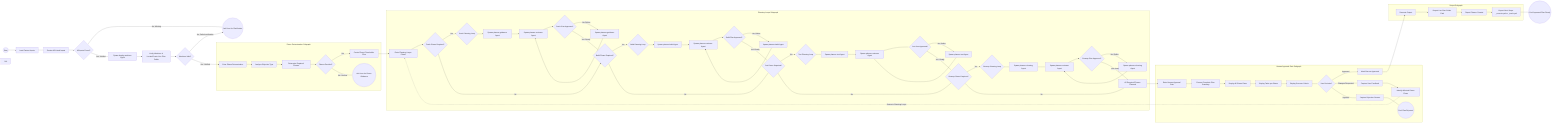
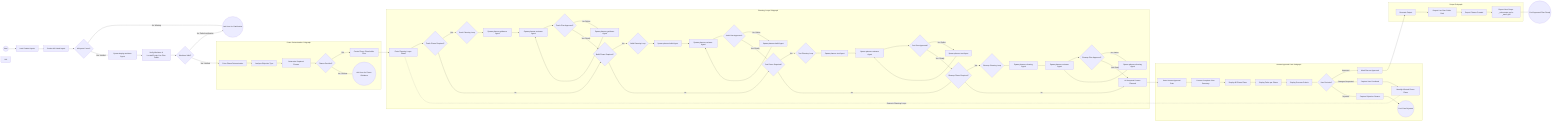
flowchart LR
    %% GOAL: Orchestrate planning agents to create executable plans without execution.
    %% PROFILE: Orchestration-Planning
-     %% OUTPUT: Approved plan folder in docs/plans/live/, ready for _execute.yml or _teach.yml
+     %% OUTPUT: Approved plan folder in docs/plans/live/, ready for _orchestrate.yml or _teach.yml
    %% GUIDELINE: PLANNING ONLY policy - no execution, no exploration loops.
    %% GUIDELINE: User provides all necessary context in their prompt - no discovery phase.
    %% GUIDELINE: assets/definitions/plans.yml - Plan types and folder structure
    %% INPUT_PATH: agents/orchestration/orchestration-planning/inputs.yml

    Start((Start)) --> LoadInputs[Load Context Inputs]

    %% ========================================
    %% INPUT VALIDATION PHASE
    %% ========================================
    %% Verify all required context is provided in the user prompt.
    %% Unlike orchestration-build, NO exploration phase - user supplies context.
    LoadInputs --> ReviewInputs[Review All Listed Inputs]
    ReviewInputs --> CheckInputs{All Inputs Found?}

    %% If inputs are missing, ask user for clarification (no self-healing search)
    CheckInputs -- "No: Missing" --> AskUser((Ask User for Clarification))

    %% Proceed when context is verified
    CheckInputs -- "Yes: Verified" --> SpawnDeployWorktree[Spawn deploy-worktree Agent]

    %% ========================================
    %% WORKTREE & PLAN FOLDER SETUP
    %% ========================================
    %% deploy-worktree agent handles worktree setup and verification
    %% Creates or locates live plan folder (YYMMDDRepo_Branch/)
    SpawnDeployWorktree --> VerifyWorktree[Verify Worktree & Locate/Create Live Plan Folder]
    VerifyWorktree --> WorktreeValid{Worktree Valid?}
    WorktreeValid -- "No: Failed verification" --> AskUser

    %% ========================================
    %% PHASE DETERMINATION
    %% ========================================
    %% Orchestration-planning agent analyzes objective and determines required phases.
    %% Possible phases: teach, build, test, cleanup
    %% Each phase will get its own plan_live_<phase>.yml file
    WorktreeValid -- "Yes: Verified" --> PhaseDetermination[Enter Phase Determination]

    subgraph PhaseDetermination_SG ["Phase Determination Subgraph"]
        %% Orchestration-planning determines phases based on objective type:
        %% - teach: guidance, process, or documentation improvements
        %% - build: code implementation or feature development
        %% - test: test strategy and validation tasks
        %% - cleanup: code cleanup, audit, or removal tasks
        %% Creates placeholder .yml files for each required phase
        PhaseDetermination --> AnalyzeObjective[Analyze Objective Type]
        AnalyzeObjective --> DeterminePhases[Determine Required Phases]
        DeterminePhases --> PhasesDecided{Phases Decided?}

        %% List possible phases: teach, build, test, cleanup
        PhasesDecided -- "Yes" --> CreatePlaceholders[Create Phase Placeholder Files]
        PhasesDecided -- "No: Unclear" --> EscalatePhases((Ask User for Phase Guidance))
    end

    %% ========================================
    %% PLANNING LOOPS PHASE
    %% ========================================
    %% LOOP_DEFINITION: assets/definitions/agent-loops.yml#planner-loop
    %% MAX_ITERATIONS: 5 (per planner-loop definition)
    %% ESCALATION: If max iterations reached without approval, stop and Ask User
    %%
    %% For each required phase, spawn specialized planner + reviewer loop:
    %% - planner-guidance: Teaching/guidance plans
    %% - planner-build: Build/implementation plans
    %% - planner-test: Test strategy plans
    %% - planner-cleaning: Cleanup/audit plans
    CreatePlaceholders --> PlanningLoops[Enter Planning Loops Phase]

    subgraph PlanningLoops_SG ["Planning Loops Subgraph"]
        %% ----------------------------------------
        %% TEACH PLANNING LOOP (if teach phase required)
        %% ----------------------------------------
        PlanningLoops --> CheckTeach{Teach Phase Required?}
        CheckTeach -- "Yes" --> TeachPlanLoop{Teach Planning Loop}

        TeachPlanLoop --> SpawnPlannerTeach[Spawn planner-guidance Agent]
        SpawnPlannerTeach --> SpawnTeachReviewer[Spawn planner-reviewer Agent]
        SpawnTeachReviewer --> TeachPlanApproved{Teach Plan Approved?}

        %% Iterative refinement for teach plan
        TeachPlanApproved -- "No: Refine" --> SpawnPlannerTeachFix[Spawn planner-guidance Agent]
        SpawnPlannerTeachFix --> SpawnTeachReviewer

        TeachPlanApproved -- "Yes: Ready" --> CheckBuild{Build Phase Required?}
        CheckTeach -- "No" --> CheckBuild

        %% ----------------------------------------
        %% BUILD PLANNING LOOP (if build phase required)
        %% ----------------------------------------
        CheckBuild -- "Yes" --> BuildPlanLoop{Build Planning Loop}

        BuildPlanLoop --> SpawnPlannerBuild[Spawn planner-build Agent]
        SpawnPlannerBuild --> SpawnBuildReviewer[Spawn planner-reviewer Agent]
        SpawnBuildReviewer --> BuildPlanApproved{Build Plan Approved?}

        %% Iterative refinement for build plan
        BuildPlanApproved -- "No: Refine" --> SpawnPlannerBuildFix[Spawn planner-build Agent]
        SpawnPlannerBuildFix --> SpawnBuildReviewer

        BuildPlanApproved -- "Yes: Ready" --> CheckTest{Test Phase Required?}
        CheckBuild -- "No" --> CheckTest

        %% ----------------------------------------
        %% TEST PLANNING LOOP (if test phase required)
        %% ----------------------------------------
        CheckTest -- "Yes" --> TestPlanLoop{Test Planning Loop}

        TestPlanLoop --> SpawnPlannerTest[Spawn planner-test Agent]
        SpawnPlannerTest --> SpawnTestReviewer[Spawn planner-reviewer Agent]
        SpawnTestReviewer --> TestPlanApproved{Test Plan Approved?}

        %% Iterative refinement for test plan
        TestPlanApproved -- "No: Refine" --> SpawnPlannerTestFix[Spawn planner-test Agent]
        SpawnPlannerTestFix --> SpawnTestReviewer

        TestPlanApproved -- "Yes: Ready" --> CheckCleanup{Cleanup Phase Required?}
        CheckTest -- "No" --> CheckCleanup

        %% ----------------------------------------
        %% CLEANUP PLANNING LOOP (if cleanup phase required)
        %% ----------------------------------------
        CheckCleanup -- "Yes" --> CleanupPlanLoop{Cleanup Planning Loop}

        CleanupPlanLoop --> SpawnPlannerCleanup[Spawn planner-cleaning Agent]
        SpawnPlannerCleanup --> SpawnCleanupReviewer[Spawn planner-reviewer Agent]
        SpawnCleanupReviewer --> CleanupPlanApproved{Cleanup Plan Approved?}

        %% Iterative refinement for cleanup plan
        CleanupPlanApproved -- "No: Refine" --> SpawnPlannerCleanupFix[Spawn planner-cleaning Agent]
        SpawnPlannerCleanupFix --> SpawnCleanupReviewer

        CleanupPlanApproved -- "Yes: Ready" --> AllPhasesPlanned[All Required Phases Planned]
        CheckCleanup -- "No" --> AllPhasesPlanned
    end

    %% ========================================
    %% HUMAN APPROVAL GATE
    %% ========================================
    %% Present complete plan to user for final approval.
    %% User can: approve, request changes, or reject.
    %% This is the critical gate before plan is marked ready for execution.
    AllPhasesPlanned --> HumanApproval[Enter Human Approval Gate]

    subgraph HumanApproval_SG ["Human Approval Gate Subgraph"]
        HumanApproval --> PresentPlan[Present Complete Plan Summary]
        PresentPlan --> ShowPhases[Display All Phase Plans]
        ShowPhases --> ShowTasks[Display Tasks per Phase]
        ShowTasks --> ShowCriteria[Display Success Criteria]
        ShowCriteria --> UserDecision{User Decision?}

        %% User approves - proceed to output
        UserDecision -- "Approved" --> MarkApproved[Mark Plan as Approved]

        %% User requests changes - return to planning loops with feedback
        UserDecision -- "Changes Requested" --> CaptureChanges[Capture User Feedback]
        CaptureChanges --> IdentifyAffectedPhases[Identify Affected Phase Plans]
        IdentifyAffectedPhases -.->|Return to Planning Loops| PlanningLoops

        %% User rejects - terminate with explanation
        UserDecision -- "Rejected" --> CaptureRejection[Capture Rejection Reason]
        CaptureRejection --> RejectEnd((End: Plan Rejected))
    end

    %% ========================================
    %% OUTPUT PHASE
    %% ========================================
    %% Output the approved plan folder path.
-     %% Plan is ready for _execute.yml or _teach.yml entrypoints.
+     %% Plan is ready for _orchestrate.yml or _teach.yml entrypoints.
    MarkApproved --> OutputPhase[Generate Output]

    subgraph Output_SG ["Output Subgraph"]
        OutputPhase --> ReportPlanLocation[Report Live Plan Folder Path]
        ReportPlanLocation --> ReportPhases[Report Phases Created]
-         ReportPhases --> ReportNextSteps[Report Next Steps: _execute.yml or _teach.yml]
+         ReportPhases --> ReportNextSteps[Report Next Steps: _orchestrate.yml or _teach.yml]
    end

    ReportNextSteps --> End((End: Approved Plan Ready))

    %% ========================================
    %% STYLING
    %% ========================================
    %% Dotted lines for feedback loops (return paths from Human Approval)
    %% These represent plan refinement cycles based on user feedback
    %% Edge index 57 is: IdentifyAffectedPhases -.-> PlanningLoops
    classDef dashedstroke stroke-dasharray: 5 5;
    linkStyle 57 stroke:#888,stroke-width:2px,stroke-dasharray: 5 5;
